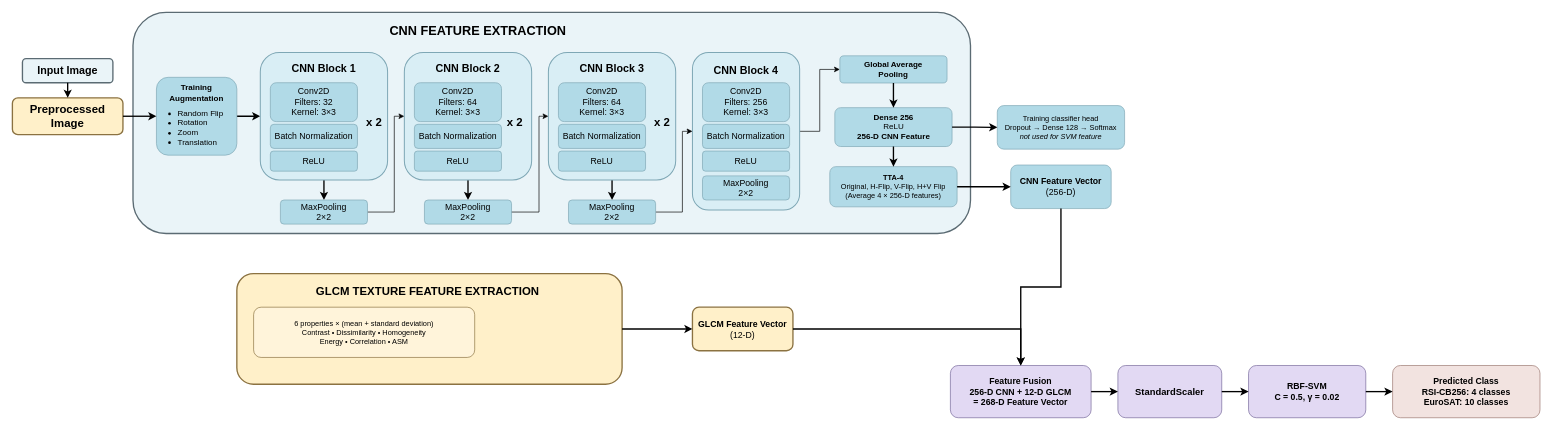
The draw.io diagram cnn glcm archi 2.drawio in fac010150-cyber/draw_io, before the edit. Source tidied: cells renumbered, new cells numbered last; positions are measured from the earlier drawing's top-left corner, leaving out a move shared by most shapes. Both pictures are drawn from the tidied source at 67%, with x=0, y=0 at pixel (12, 12).
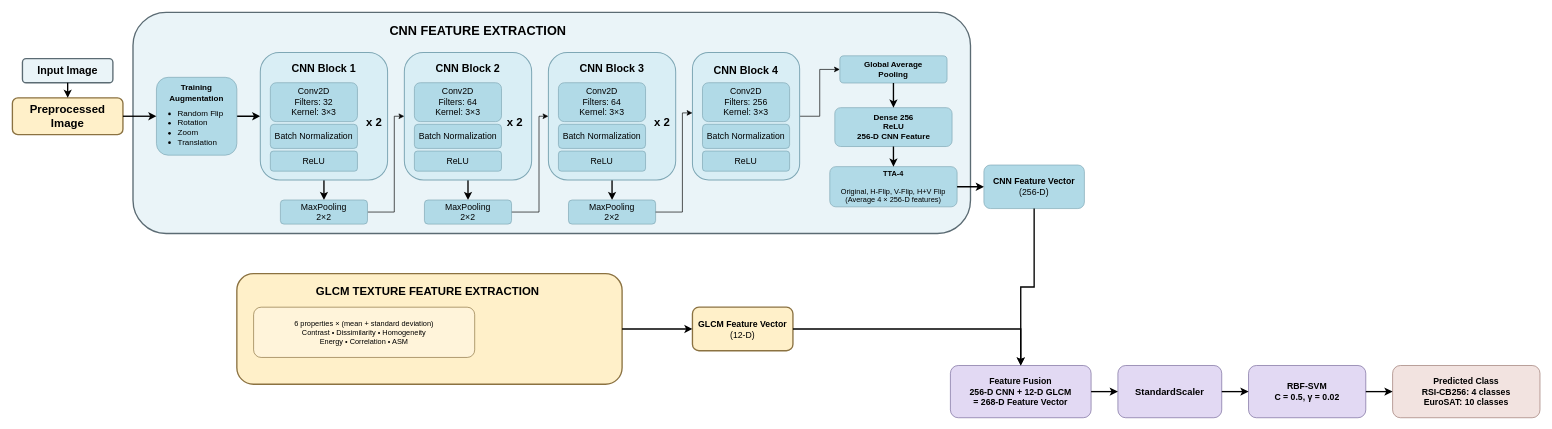
The same page after the edit.

The change refers to these unchanged cells:
```xml
<mxCell id="65" value="MaxPooling&lt;br&gt;2×2" style="rounded=1;whiteSpace=wrap;html=1;fillColor=#B1DAE7;strokeColor=#7EA7B5;fontSize=13;" parent="1" vertex="1">
  <mxGeometry x="830" y="280" width="130" height="36" as="geometry" />
</mxCell>
```

Change to the diagram source:
```diff
@@
-    <mxCell id="9" value="&lt;b&gt;Dense 256&lt;/b&gt;&lt;br&gt;ReLU&lt;br&gt;&lt;b&gt;256-D CNN Feature&lt;/b&gt;" style="rounded=1;whiteSpace=wrap;html=1;fillColor=#B1DAE7;strokeColor=#7EA7B5;fontSize=12;" parent="1" vertex="1">
+    <mxCell id="9" value="&lt;b&gt;Dense 256&lt;br&gt;ReLU&lt;br&gt;256-D CNN Feature&lt;/b&gt;" style="rounded=1;whiteSpace=wrap;html=1;fillColor=#B1DAE7;strokeColor=#7EA7B5;fontSize=12;" parent="1" vertex="1">
       <mxGeometry x="1227.5" y="142.2" width="175" height="58" as="geometry" />
     </mxCell>
-    <mxCell id="10" value="Training classifier head&lt;br&gt;Dropout → Dense 128 → Softmax&lt;br&gt;&lt;i&gt;not used for SVM feature&lt;/i&gt;" style="rounded=1;whiteSpace=wrap;html=1;fillColor=#B1DAE7;strokeColor=#7EA7B5;fontSize=11;" parent="1" vertex="1">
-      <mxGeometry x="1470" y="139.1" width="190" height="65" as="geometry" />
-    </mxCell>
-    <mxCell id="11" value="&lt;b&gt;TTA-4&lt;/b&gt;&lt;br&gt;Original, H-Flip, V-Flip, H+V Flip&lt;br&gt;(Average 4 × 256-D features)" style="rounded=1;whiteSpace=wrap;html=1;fillColor=#B1DAE7;strokeColor=#7EA7B5;fontSize=11;" parent="1" vertex="1">
+    <mxCell id="11" value="&lt;div&gt;&lt;b&gt;TTA-4&lt;/b&gt;&lt;/div&gt;&lt;div&gt;&lt;b&gt;&lt;br&gt;&lt;/b&gt;&lt;/div&gt;Original, H-Flip, V-Flip, H+V Flip&lt;br&gt;(Average 4 × 256-D features)" style="rounded=1;whiteSpace=wrap;html=1;fillColor=#B1DAE7;strokeColor=#7EA7B5;fontSize=11;" parent="1" vertex="1">
       <mxGeometry x="1220" y="230.2" width="190" height="60" as="geometry" />
     </mxCell>
     <mxCell id="12" value="&lt;b&gt;CNN Feature Vector&lt;/b&gt;&lt;br&gt;(256-D)" style="rounded=1;whiteSpace=wrap;html=1;fillColor=#B1DAE7;strokeColor=#7EA7B5;fontSize=13;" parent="1" vertex="1">
-      <mxGeometry x="1490" y="227.8" width="150" height="65" as="geometry" />
+      <mxGeometry x="1450" y="227.8" width="150" height="65" as="geometry" />
     </mxCell>
@@
-    <mxCell id="24" style="edgeStyle=orthogonalEdgeStyle;rounded=0;jettySize=auto;html=1;strokeWidth=2;endArrow=classic;" parent="1" edge="1" source="9" target="10">
-      <mxGeometry relative="1" as="geometry" />
-    </mxCell>
@@
     <mxCell id="42" style="rounded=1;whiteSpace=wrap;html=1;fillColor=#D9EEF5;strokeColor=#7EA7B5;strokeWidth=1.5;" parent="1" vertex="1">
-      <mxGeometry x="1015" y="60" width="160" height="235" as="geometry" />
+      <mxGeometry x="1015" y="60" width="160" height="190" as="geometry" />
     </mxCell>
@@
-    <mxCell id="47" value="MaxPooling&lt;br&gt;2×2" style="rounded=1;whiteSpace=wrap;html=1;fillColor=#B1DAE7;strokeColor=#7EA7B5;fontSize=13;" parent="1" vertex="1">
-      <mxGeometry x="1030" y="244" width="130" height="36" as="geometry" />
-    </mxCell>
@@
-    <mxCell id="64" style="edgeStyle=orthogonalEdgeStyle;rounded=0;jettySize=auto;html=1;entryX=0;entryY=0.5;entryDx=0;entryDy=0;" parent="1" edge="1" source="65" target="42">
-      <mxGeometry relative="1" as="geometry">
-        <Array as="points">
-          <mxPoint x="1000" y="298" />
-          <mxPoint x="1000" y="177.5" />
-        </Array>
-      </mxGeometry>
-    </mxCell>
@@
+    <mxCell id="69" style="edgeStyle=none;jettySize=auto;html=1;rounded=0;entryX=0;entryY=0.5;entryDx=0;entryDy=0;exitX=1;exitY=0.5;exitDx=0;exitDy=0;curved=0;" parent="1" edge="1" source="65">
+      <mxGeometry x="0.01" relative="1" as="geometry">
+        <mxPoint x="1015" y="150" as="targetPoint" />
+        <Array as="points">
+          <mxPoint x="1000" y="298" />
+          <mxPoint x="1000" y="150" />
+        </Array>
+      </mxGeometry>
+    </mxCell>
```
